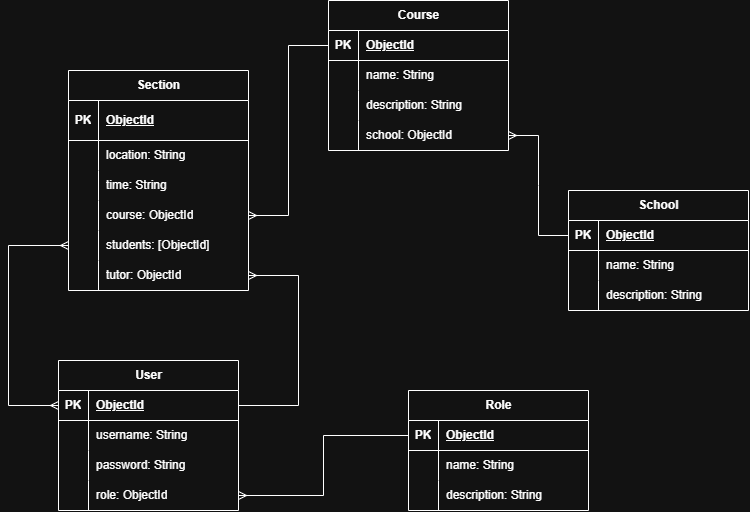
Earlier version of the draw.io export README-media/Project2_ERD.drawio.png (KhadijaAlsatrawi/Course-Management-System). Source tidied: cells renumbered, new cells last; positions are measured from the earlier drawing's top-left corner, leaving out a move shared by most shapes.
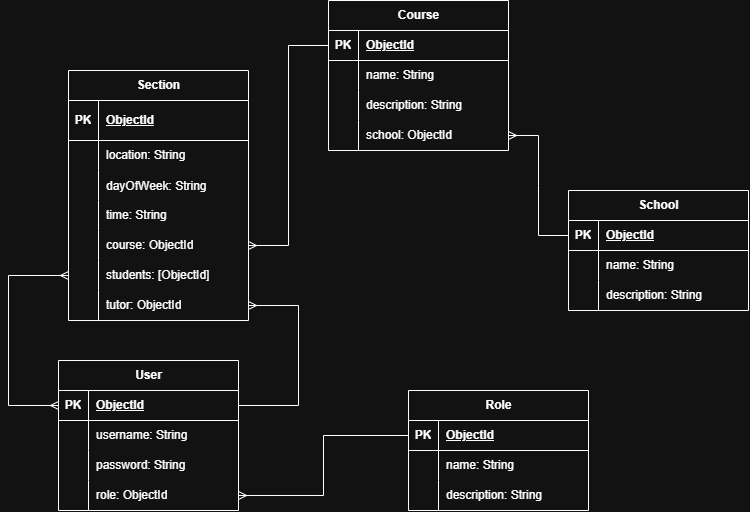
Later version of the same file.

What changed in the source:
```diff
@@ -72,7 +72,7 @@
       <mxGeometry x="30" width="150" height="30" as="geometry" />
     </mxCell>
     <mxCell id="25" value="Section" style="shape=table;startSize=30;rowLines=0;fontStyle=1;align=center;html=1;" parent="1" vertex="1">
-      <mxGeometry x="60" y="70" width="180" height="220" as="geometry" />
+      <mxGeometry x="60" y="70" width="180" height="250" as="geometry" />
     </mxCell>
     <mxCell id="26" style="shape=tableRow;horizontal=0;startSize=0;swimlaneHead=0;swimlaneBody=0;fillColor=none;top=0;left=0;right=0;bottom=1;" parent="25" vertex="1">
       <mxGeometry y="30" width="180" height="40" as="geometry" />
@@ -92,8 +92,17 @@
     <mxCell id="31" value="location: String" style="shape=partialRectangle;fillColor=none;top=0;left=0;bottom=0;right=0;align=left;spacingLeft=6;overflow=hidden;whiteSpace=wrap;html=1;" parent="29" vertex="1">
       <mxGeometry x="30" width="150" height="30" as="geometry" />
     </mxCell>
+    <mxCell id="72" style="shape=tableRow;horizontal=0;startSize=0;swimlaneHead=0;swimlaneBody=0;fillColor=none;top=0;left=0;right=0;bottom=0;" parent="25" vertex="1">
+      <mxGeometry y="100" width="180" height="30" as="geometry" />
+    </mxCell>
+    <mxCell id="73" style="shape=partialRectangle;fillColor=none;top=0;left=0;bottom=0;right=0;overflow=hidden;" parent="72" vertex="1">
+      <mxGeometry width="30" height="30" as="geometry" />
+    </mxCell>
+    <mxCell id="74" value="dayOfWeek: String" style="shape=partialRectangle;fillColor=none;top=0;left=0;bottom=0;right=0;align=left;spacingLeft=6;overflow=hidden;" parent="72" vertex="1">
+      <mxGeometry x="30" width="150" height="30" as="geometry" />
+    </mxCell>
     <mxCell id="32" style="shape=tableRow;horizontal=0;startSize=0;swimlaneHead=0;swimlaneBody=0;fillColor=none;top=0;left=0;right=0;bottom=0;" parent="25" vertex="1">
-      <mxGeometry y="100" width="180" height="30" as="geometry" />
+      <mxGeometry y="130" width="180" height="30" as="geometry" />
     </mxCell>
     <mxCell id="33" style="shape=partialRectangle;fillColor=none;top=0;left=0;bottom=0;right=0;overflow=hidden;whiteSpace=wrap;html=1;" parent="32" vertex="1">
       <mxGeometry width="30" height="30" as="geometry" />
@@ -102,7 +111,7 @@
       <mxGeometry x="30" width="150" height="30" as="geometry" />
     </mxCell>
     <mxCell id="35" style="shape=tableRow;horizontal=0;startSize=0;swimlaneHead=0;swimlaneBody=0;fillColor=none;points=[[0,0.5],[1,0.5]];portConstraint=eastwest;top=0;left=0;right=0;bottom=0;" parent="25" vertex="1">
-      <mxGeometry y="130" width="180" height="30" as="geometry" />
+      <mxGeometry y="160" width="180" height="30" as="geometry" />
     </mxCell>
     <mxCell id="36" style="shape=partialRectangle;fillColor=none;top=0;left=0;bottom=0;right=0;overflow=hidden;whiteSpace=wrap;html=1;" parent="35" vertex="1">
       <mxGeometry width="30" height="30" as="geometry" />
@@ -111,7 +120,7 @@
       <mxGeometry x="30" width="150" height="30" as="geometry" />
     </mxCell>
     <mxCell id="38" style="shape=tableRow;horizontal=0;startSize=0;swimlaneHead=0;swimlaneBody=0;fillColor=none;points=[[0,0.5],[1,0.5]];portConstraint=eastwest;top=0;left=0;right=0;bottom=0;" parent="25" vertex="1">
-      <mxGeometry y="160" width="180" height="30" as="geometry" />
+      <mxGeometry y="190" width="180" height="30" as="geometry" />
     </mxCell>
     <mxCell id="39" style="shape=partialRectangle;fillColor=none;top=0;left=0;bottom=0;right=0;overflow=hidden;whiteSpace=wrap;html=1;" parent="38" vertex="1">
       <mxGeometry width="30" height="30" as="geometry" />
@@ -120,7 +129,7 @@
       <mxGeometry x="30" width="150" height="30" as="geometry" />
     </mxCell>
     <mxCell id="41" style="shape=tableRow;horizontal=0;startSize=0;swimlaneHead=0;swimlaneBody=0;fillColor=none;points=[[0,0.5],[1,0.5]];portConstraint=eastwest;top=0;left=0;right=0;bottom=0;" parent="25" vertex="1">
-      <mxGeometry y="190" width="180" height="30" as="geometry" />
+      <mxGeometry y="220" width="180" height="30" as="geometry" />
     </mxCell>
     <mxCell id="42" style="shape=partialRectangle;fillColor=none;top=0;left=0;bottom=0;right=0;overflow=hidden;whiteSpace=wrap;html=1;" parent="41" vertex="1">
       <mxGeometry width="30" height="30" as="geometry" />
@@ -207,18 +216,18 @@
       <mxGeometry x="-0.48" relative="1" as="geometry" />
     </mxCell>
     <mxCell id="70" style="edgeStyle=orthogonalEdgeStyle;fontSize=12;html=1;endArrow=ERmany;startArrow=ERmany;rounded=0;defaultLabelBackgroundColor=page;entryX=0;entryY=0.5;entryDx=0;entryDy=0;exitX=0;exitY=0.5;exitDx=0;exitDy=0;" parent="1" edge="1" source="45" target="38">
-      <mxGeometry x="0.21" relative="1" as="geometry">
+      <mxGeometry x="0.5" relative="1" as="geometry">
         <Array as="points">
           <mxPoint y="405" />
-          <mxPoint y="245" />
+          <mxPoint y="275" />
         </Array>
       </mxGeometry>
     </mxCell>
     <mxCell id="71" style="edgeStyle=orthogonalEdgeStyle;fontSize=12;html=1;endArrow=ERmany;rounded=0;defaultLabelBackgroundColor=page;entryX=1;entryY=0.5;entryDx=0;entryDy=0;exitX=1;exitY=0.5;exitDx=0;exitDy=0;" parent="1" edge="1" source="45" target="41">
-      <mxGeometry x="0.08" relative="1" as="geometry">
+      <mxGeometry x="0.39" relative="1" as="geometry">
         <Array as="points">
           <mxPoint x="290" y="405" />
-          <mxPoint x="290" y="275" />
+          <mxPoint x="290" y="305" />
         </Array>
       </mxGeometry>
     </mxCell>
```
